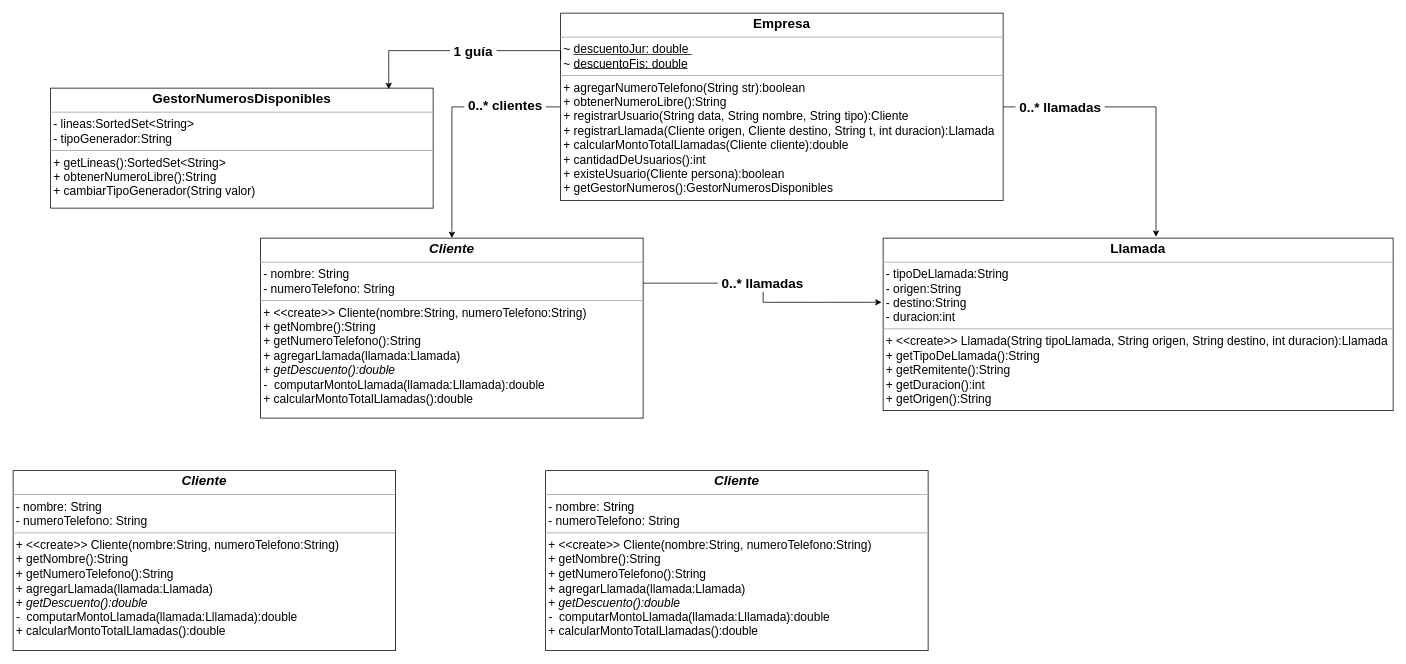
Before: uml-final.drawio in Fabian-Martinez-Rincon/Facturacion_de_llamadas, a draw.io diagram. Source tidied: cells renumbered, new cells numbered last; positions are measured from the earlier drawing's top-left corner, leaving out a move shared by most shapes. Both pictures are drawn from the tidied source at 75%, with x=0, y=0 at pixel (13, 13).
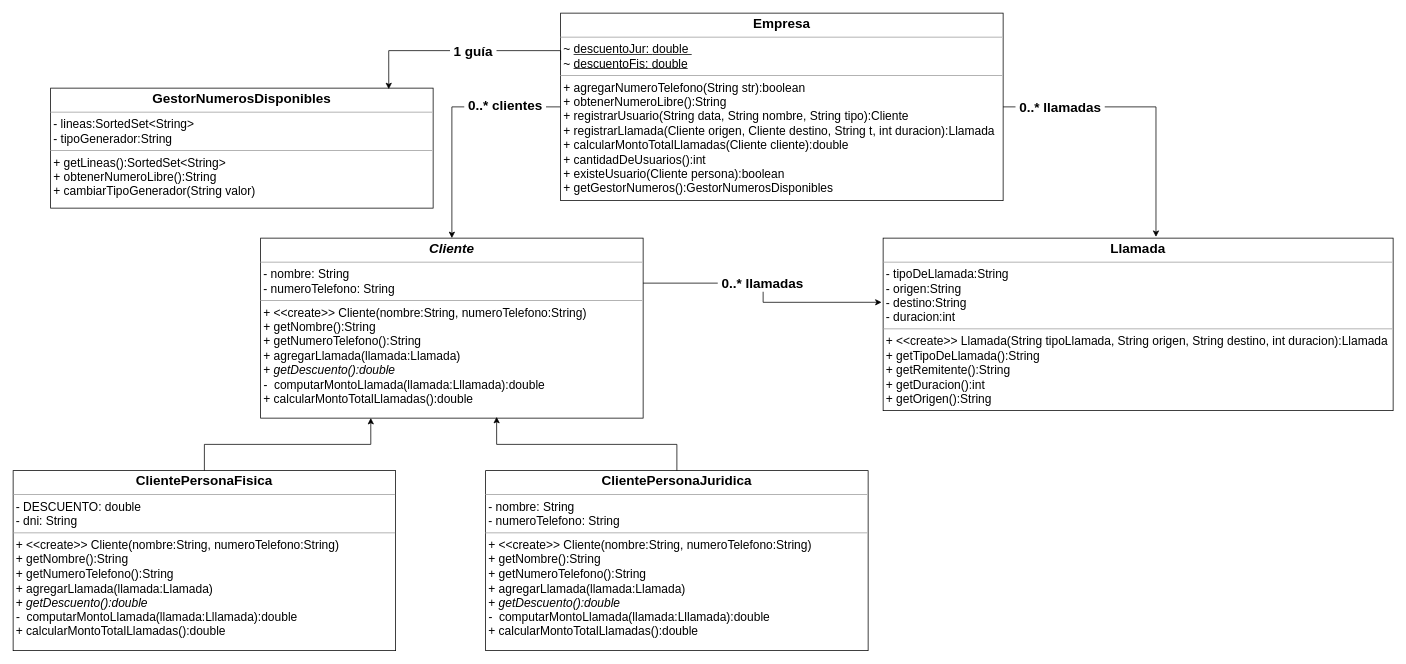
The same page after the edit.

The change refers to these unchanged cells:
```xml
<mxCell id="7" value="&lt;p style=&quot;margin:0px;margin-top:4px;text-align:center;&quot;&gt;&lt;font style=&quot;font-size: 18px;&quot;&gt;&lt;b&gt;&lt;i&gt;Cliente&lt;/i&gt;&lt;/b&gt;&lt;br&gt;&lt;/font&gt;&lt;/p&gt;&lt;hr size=&quot;1&quot;&gt;&lt;p style=&quot;margin:0px;margin-left:4px;&quot;&gt;&lt;span style=&quot;font-size: medium; background-color: initial;&quot;&gt;- nombre:&amp;nbsp;&lt;/span&gt;&lt;span style=&quot;font-size: medium; background-color: initial;&quot;&gt;String&lt;/span&gt;&lt;span style=&quot;font-size: medium; background-color: initial;&quot;&gt;&amp;nbsp;&lt;/span&gt;&lt;/p&gt;&lt;p style=&quot;margin:0px;margin-left:4px;&quot;&gt;&lt;font size=&quot;3&quot;&gt;&lt;span style=&quot;&quot;&gt;- numeroTelefono:&amp;nbsp;&lt;/span&gt;&lt;span style=&quot;background-color: initial;&quot;&gt;String&lt;/span&gt;&lt;span style=&quot;background-color: initial;&quot;&gt;&amp;nbsp;&lt;/span&gt;&lt;/font&gt;&lt;/p&gt;&lt;hr size=&quot;1&quot;&gt;&lt;p style=&quot;margin:0px;margin-left:4px;&quot;&gt;&lt;font size=&quot;3&quot;&gt;+ &amp;lt;&amp;lt;create&amp;gt;&amp;gt; Cliente(nombre:String, numeroTelefono:String)&lt;/font&gt;&lt;/p&gt;&lt;p style=&quot;margin:0px;margin-left:4px;&quot;&gt;&lt;span style=&quot;&quot;&gt;&lt;font size=&quot;3&quot;&gt;&#9;&lt;/font&gt;&lt;/span&gt;&lt;/p&gt;&lt;p style=&quot;margin:0px;margin-left:4px;&quot;&gt;&lt;font size=&quot;3&quot;&gt;+ getNombre():&lt;span style=&quot;background-color: initial;&quot;&gt;String&lt;/span&gt;&lt;span style=&quot;background-color: initial;&quot;&gt;&amp;nbsp;&lt;/span&gt;&lt;span style=&quot;background-color: initial;&quot;&gt;&amp;nbsp;&lt;/span&gt;&lt;/font&gt;&lt;/p&gt;&lt;p style=&quot;margin:0px;margin-left:4px;&quot;&gt;&lt;span style=&quot;&quot;&gt;&lt;font size=&quot;3&quot;&gt;&#9;&lt;/font&gt;&lt;/span&gt;&lt;/p&gt;&lt;p style=&quot;margin:0px;margin-left:4px;&quot;&gt;&lt;font size=&quot;3&quot;&gt;+ getNumeroTelefono():&lt;span style=&quot;background-color: initial;&quot;&gt;String&lt;/span&gt;&lt;span style=&quot;background-color: initial;&quot;&gt;&amp;nbsp;&lt;/span&gt;&lt;span style=&quot;background-color: initial;&quot;&gt;&amp;nbsp;&lt;/span&gt;&lt;/font&gt;&lt;/p&gt;&lt;p style=&quot;margin:0px;margin-left:4px;&quot;&gt;&lt;font size=&quot;3&quot;&gt;&lt;span style=&quot;background-color: initial;&quot;&gt;+ agregarLlamada(llamada:Llamada)&lt;/span&gt;&lt;/font&gt;&lt;/p&gt;&lt;p style=&quot;margin:0px;margin-left:4px;&quot;&gt;&lt;font size=&quot;3&quot;&gt;&lt;span style=&quot;background-color: initial;&quot;&gt;+ &lt;i&gt;getDescuento():double&lt;/i&gt;&lt;/span&gt;&lt;/font&gt;&lt;/p&gt;&lt;p style=&quot;margin:0px;margin-left:4px;&quot;&gt;&lt;font size=&quot;3&quot;&gt;&lt;i&gt;-&amp;nbsp; &lt;/i&gt;computarMontoLlamada(llamada:Lllamada):double&lt;/font&gt;&lt;/p&gt;&lt;p style=&quot;margin:0px;margin-left:4px;&quot;&gt;&lt;font size=&quot;3&quot;&gt;+ calcularMontoTotalLlamadas():double&lt;/font&gt;&lt;/p&gt;" style="verticalAlign=top;align=left;overflow=fill;fontSize=12;fontFamily=Helvetica;html=1;rounded=0;shadow=0;comic=0;labelBackgroundColor=none;strokeWidth=1;" parent="1" vertex="1">
  <mxGeometry x="330" y="300" width="510" height="240" as="geometry" />
</mxCell>
```

What changed in the source:
```diff
@@
-    <mxCell id="14" value="&lt;p style=&quot;margin:0px;margin-top:4px;text-align:center;&quot;&gt;&lt;font style=&quot;font-size: 18px;&quot;&gt;&lt;b&gt;&lt;i&gt;Cliente&lt;/i&gt;&lt;/b&gt;&lt;br&gt;&lt;/font&gt;&lt;/p&gt;&lt;hr size=&quot;1&quot;&gt;&lt;p style=&quot;margin:0px;margin-left:4px;&quot;&gt;&lt;span style=&quot;font-size: medium; background-color: initial;&quot;&gt;- nombre:&amp;nbsp;&lt;/span&gt;&lt;span style=&quot;font-size: medium; background-color: initial;&quot;&gt;String&lt;/span&gt;&lt;span style=&quot;font-size: medium; background-color: initial;&quot;&gt;&amp;nbsp;&lt;/span&gt;&lt;/p&gt;&lt;p style=&quot;margin:0px;margin-left:4px;&quot;&gt;&lt;font size=&quot;3&quot;&gt;&lt;span style=&quot;&quot;&gt;- numeroTelefono:&amp;nbsp;&lt;/span&gt;&lt;span style=&quot;background-color: initial;&quot;&gt;String&lt;/span&gt;&lt;span style=&quot;background-color: initial;&quot;&gt;&amp;nbsp;&lt;/span&gt;&lt;/font&gt;&lt;/p&gt;&lt;hr size=&quot;1&quot;&gt;&lt;p style=&quot;margin:0px;margin-left:4px;&quot;&gt;&lt;font size=&quot;3&quot;&gt;+ &amp;lt;&amp;lt;create&amp;gt;&amp;gt; Cliente(nombre:String, numeroTelefono:String)&lt;/font&gt;&lt;/p&gt;&lt;p style=&quot;margin:0px;margin-left:4px;&quot;&gt;&lt;span style=&quot;&quot;&gt;&lt;font size=&quot;3&quot;&gt;&#9;&lt;/font&gt;&lt;/span&gt;&lt;/p&gt;&lt;p style=&quot;margin:0px;margin-left:4px;&quot;&gt;&lt;font size=&quot;3&quot;&gt;+ getNombre():&lt;span style=&quot;background-color: initial;&quot;&gt;String&lt;/span&gt;&lt;span style=&quot;background-color: initial;&quot;&gt;&amp;nbsp;&lt;/span&gt;&lt;span style=&quot;background-color: initial;&quot;&gt;&amp;nbsp;&lt;/span&gt;&lt;/font&gt;&lt;/p&gt;&lt;p style=&quot;margin:0px;margin-left:4px;&quot;&gt;&lt;span style=&quot;&quot;&gt;&lt;font size=&quot;3&quot;&gt;&#9;&lt;/font&gt;&lt;/span&gt;&lt;/p&gt;&lt;p style=&quot;margin:0px;margin-left:4px;&quot;&gt;&lt;font size=&quot;3&quot;&gt;+ getNumeroTelefono():&lt;span style=&quot;background-color: initial;&quot;&gt;String&lt;/span&gt;&lt;span style=&quot;background-color: initial;&quot;&gt;&amp;nbsp;&lt;/span&gt;&lt;span style=&quot;background-color: initial;&quot;&gt;&amp;nbsp;&lt;/span&gt;&lt;/font&gt;&lt;/p&gt;&lt;p style=&quot;margin:0px;margin-left:4px;&quot;&gt;&lt;font size=&quot;3&quot;&gt;&lt;span style=&quot;background-color: initial;&quot;&gt;+ agregarLlamada(llamada:Llamada)&lt;/span&gt;&lt;/font&gt;&lt;/p&gt;&lt;p style=&quot;margin:0px;margin-left:4px;&quot;&gt;&lt;font size=&quot;3&quot;&gt;&lt;span style=&quot;background-color: initial;&quot;&gt;+ &lt;i&gt;getDescuento():double&lt;/i&gt;&lt;/span&gt;&lt;/font&gt;&lt;/p&gt;&lt;p style=&quot;margin:0px;margin-left:4px;&quot;&gt;&lt;font size=&quot;3&quot;&gt;&lt;i&gt;-&amp;nbsp; &lt;/i&gt;computarMontoLlamada(llamada:Lllamada):double&lt;/font&gt;&lt;/p&gt;&lt;p style=&quot;margin:0px;margin-left:4px;&quot;&gt;&lt;font size=&quot;3&quot;&gt;+ calcularMontoTotalLlamadas():double&lt;/font&gt;&lt;/p&gt;" style="verticalAlign=top;align=left;overflow=fill;fontSize=12;fontFamily=Helvetica;html=1;rounded=0;shadow=0;comic=0;labelBackgroundColor=none;strokeWidth=1;" parent="1" vertex="1">
+    <mxCell id="14" value="&lt;p style=&quot;margin:0px;margin-top:4px;text-align:center;&quot;&gt;&lt;font style=&quot;font-size: 18px;&quot;&gt;&lt;b&gt;ClientePersonaFisica&lt;/b&gt;&lt;br&gt;&lt;/font&gt;&lt;/p&gt;&lt;hr size=&quot;1&quot;&gt;&lt;p style=&quot;margin:0px;margin-left:4px;&quot;&gt;&lt;span style=&quot;font-size: medium; background-color: initial;&quot;&gt;- DESCUENTO: double&lt;/span&gt;&lt;/p&gt;&lt;p style=&quot;margin:0px;margin-left:4px;&quot;&gt;&lt;font size=&quot;3&quot;&gt;&lt;span style=&quot;&quot;&gt;- dni:&amp;nbsp;&lt;/span&gt;&lt;span style=&quot;background-color: initial;&quot;&gt;String&lt;/span&gt;&lt;span style=&quot;background-color: initial;&quot;&gt;&amp;nbsp;&lt;/span&gt;&lt;/font&gt;&lt;/p&gt;&lt;hr size=&quot;1&quot;&gt;&lt;p style=&quot;margin:0px;margin-left:4px;&quot;&gt;&lt;font size=&quot;3&quot;&gt;+ &amp;lt;&amp;lt;create&amp;gt;&amp;gt; Cliente(nombre:String, numeroTelefono:String)&lt;/font&gt;&lt;/p&gt;&lt;p style=&quot;margin:0px;margin-left:4px;&quot;&gt;&lt;span style=&quot;&quot;&gt;&lt;font size=&quot;3&quot;&gt;&#9;&lt;/font&gt;&lt;/span&gt;&lt;/p&gt;&lt;p style=&quot;margin:0px;margin-left:4px;&quot;&gt;&lt;font size=&quot;3&quot;&gt;+ getNombre():&lt;span style=&quot;background-color: initial;&quot;&gt;String&lt;/span&gt;&lt;span style=&quot;background-color: initial;&quot;&gt;&amp;nbsp;&lt;/span&gt;&lt;span style=&quot;background-color: initial;&quot;&gt;&amp;nbsp;&lt;/span&gt;&lt;/font&gt;&lt;/p&gt;&lt;p style=&quot;margin:0px;margin-left:4px;&quot;&gt;&lt;span style=&quot;&quot;&gt;&lt;font size=&quot;3&quot;&gt;&#9;&lt;/font&gt;&lt;/span&gt;&lt;/p&gt;&lt;p style=&quot;margin:0px;margin-left:4px;&quot;&gt;&lt;font size=&quot;3&quot;&gt;+ getNumeroTelefono():&lt;span style=&quot;background-color: initial;&quot;&gt;String&lt;/span&gt;&lt;span style=&quot;background-color: initial;&quot;&gt;&amp;nbsp;&lt;/span&gt;&lt;span style=&quot;background-color: initial;&quot;&gt;&amp;nbsp;&lt;/span&gt;&lt;/font&gt;&lt;/p&gt;&lt;p style=&quot;margin:0px;margin-left:4px;&quot;&gt;&lt;font size=&quot;3&quot;&gt;&lt;span style=&quot;background-color: initial;&quot;&gt;+ agregarLlamada(llamada:Llamada)&lt;/span&gt;&lt;/font&gt;&lt;/p&gt;&lt;p style=&quot;margin:0px;margin-left:4px;&quot;&gt;&lt;font size=&quot;3&quot;&gt;&lt;span style=&quot;background-color: initial;&quot;&gt;+ &lt;i&gt;getDescuento():double&lt;/i&gt;&lt;/span&gt;&lt;/font&gt;&lt;/p&gt;&lt;p style=&quot;margin:0px;margin-left:4px;&quot;&gt;&lt;font size=&quot;3&quot;&gt;&lt;i&gt;-&amp;nbsp; &lt;/i&gt;computarMontoLlamada(llamada:Lllamada):double&lt;/font&gt;&lt;/p&gt;&lt;p style=&quot;margin:0px;margin-left:4px;&quot;&gt;&lt;font size=&quot;3&quot;&gt;+ calcularMontoTotalLlamadas():double&lt;/font&gt;&lt;/p&gt;" style="verticalAlign=top;align=left;overflow=fill;fontSize=12;fontFamily=Helvetica;html=1;rounded=0;shadow=0;comic=0;labelBackgroundColor=none;strokeWidth=1;" parent="1" vertex="1">
       <mxGeometry y="610" width="510" height="240" as="geometry" />
     </mxCell>
-    <mxCell id="15" value="&lt;p style=&quot;margin:0px;margin-top:4px;text-align:center;&quot;&gt;&lt;font style=&quot;font-size: 18px;&quot;&gt;&lt;b&gt;&lt;i&gt;Cliente&lt;/i&gt;&lt;/b&gt;&lt;br&gt;&lt;/font&gt;&lt;/p&gt;&lt;hr size=&quot;1&quot;&gt;&lt;p style=&quot;margin:0px;margin-left:4px;&quot;&gt;&lt;span style=&quot;font-size: medium; background-color: initial;&quot;&gt;- nombre:&amp;nbsp;&lt;/span&gt;&lt;span style=&quot;font-size: medium; background-color: initial;&quot;&gt;String&lt;/span&gt;&lt;span style=&quot;font-size: medium; background-color: initial;&quot;&gt;&amp;nbsp;&lt;/span&gt;&lt;/p&gt;&lt;p style=&quot;margin:0px;margin-left:4px;&quot;&gt;&lt;font size=&quot;3&quot;&gt;&lt;span style=&quot;&quot;&gt;- numeroTelefono:&amp;nbsp;&lt;/span&gt;&lt;span style=&quot;background-color: initial;&quot;&gt;String&lt;/span&gt;&lt;span style=&quot;background-color: initial;&quot;&gt;&amp;nbsp;&lt;/span&gt;&lt;/font&gt;&lt;/p&gt;&lt;hr size=&quot;1&quot;&gt;&lt;p style=&quot;margin:0px;margin-left:4px;&quot;&gt;&lt;font size=&quot;3&quot;&gt;+ &amp;lt;&amp;lt;create&amp;gt;&amp;gt; Cliente(nombre:String, numeroTelefono:String)&lt;/font&gt;&lt;/p&gt;&lt;p style=&quot;margin:0px;margin-left:4px;&quot;&gt;&lt;span style=&quot;&quot;&gt;&lt;font size=&quot;3&quot;&gt;&#9;&lt;/font&gt;&lt;/span&gt;&lt;/p&gt;&lt;p style=&quot;margin:0px;margin-left:4px;&quot;&gt;&lt;font size=&quot;3&quot;&gt;+ getNombre():&lt;span style=&quot;background-color: initial;&quot;&gt;String&lt;/span&gt;&lt;span style=&quot;background-color: initial;&quot;&gt;&amp;nbsp;&lt;/span&gt;&lt;span style=&quot;background-color: initial;&quot;&gt;&amp;nbsp;&lt;/span&gt;&lt;/font&gt;&lt;/p&gt;&lt;p style=&quot;margin:0px;margin-left:4px;&quot;&gt;&lt;span style=&quot;&quot;&gt;&lt;font size=&quot;3&quot;&gt;&#9;&lt;/font&gt;&lt;/span&gt;&lt;/p&gt;&lt;p style=&quot;margin:0px;margin-left:4px;&quot;&gt;&lt;font size=&quot;3&quot;&gt;+ getNumeroTelefono():&lt;span style=&quot;background-color: initial;&quot;&gt;String&lt;/span&gt;&lt;span style=&quot;background-color: initial;&quot;&gt;&amp;nbsp;&lt;/span&gt;&lt;span style=&quot;background-color: initial;&quot;&gt;&amp;nbsp;&lt;/span&gt;&lt;/font&gt;&lt;/p&gt;&lt;p style=&quot;margin:0px;margin-left:4px;&quot;&gt;&lt;font size=&quot;3&quot;&gt;&lt;span style=&quot;background-color: initial;&quot;&gt;+ agregarLlamada(llamada:Llamada)&lt;/span&gt;&lt;/font&gt;&lt;/p&gt;&lt;p style=&quot;margin:0px;margin-left:4px;&quot;&gt;&lt;font size=&quot;3&quot;&gt;&lt;span style=&quot;background-color: initial;&quot;&gt;+ &lt;i&gt;getDescuento():double&lt;/i&gt;&lt;/span&gt;&lt;/font&gt;&lt;/p&gt;&lt;p style=&quot;margin:0px;margin-left:4px;&quot;&gt;&lt;font size=&quot;3&quot;&gt;&lt;i&gt;-&amp;nbsp; &lt;/i&gt;computarMontoLlamada(llamada:Lllamada):double&lt;/font&gt;&lt;/p&gt;&lt;p style=&quot;margin:0px;margin-left:4px;&quot;&gt;&lt;font size=&quot;3&quot;&gt;+ calcularMontoTotalLlamadas():double&lt;/font&gt;&lt;/p&gt;" style="verticalAlign=top;align=left;overflow=fill;fontSize=12;fontFamily=Helvetica;html=1;rounded=0;shadow=0;comic=0;labelBackgroundColor=none;strokeWidth=1;" parent="1" vertex="1">
-      <mxGeometry x="710" y="610" width="510" height="240" as="geometry" />
+    <mxCell id="15" value="&lt;p style=&quot;margin:0px;margin-top:4px;text-align:center;&quot;&gt;&lt;font style=&quot;font-size: 18px;&quot;&gt;&lt;b&gt;ClientePersonaJuridica&lt;/b&gt;&lt;br&gt;&lt;/font&gt;&lt;/p&gt;&lt;hr size=&quot;1&quot;&gt;&lt;p style=&quot;margin:0px;margin-left:4px;&quot;&gt;&lt;span style=&quot;font-size: medium; background-color: initial;&quot;&gt;- nombre:&amp;nbsp;&lt;/span&gt;&lt;span style=&quot;font-size: medium; background-color: initial;&quot;&gt;String&lt;/span&gt;&lt;span style=&quot;font-size: medium; background-color: initial;&quot;&gt;&amp;nbsp;&lt;/span&gt;&lt;/p&gt;&lt;p style=&quot;margin:0px;margin-left:4px;&quot;&gt;&lt;font size=&quot;3&quot;&gt;&lt;span style=&quot;&quot;&gt;- numeroTelefono:&amp;nbsp;&lt;/span&gt;&lt;span style=&quot;background-color: initial;&quot;&gt;String&lt;/span&gt;&lt;span style=&quot;background-color: initial;&quot;&gt;&amp;nbsp;&lt;/span&gt;&lt;/font&gt;&lt;/p&gt;&lt;hr size=&quot;1&quot;&gt;&lt;p style=&quot;margin:0px;margin-left:4px;&quot;&gt;&lt;font size=&quot;3&quot;&gt;+ &amp;lt;&amp;lt;create&amp;gt;&amp;gt; Cliente(nombre:String, numeroTelefono:String)&lt;/font&gt;&lt;/p&gt;&lt;p style=&quot;margin:0px;margin-left:4px;&quot;&gt;&lt;span style=&quot;&quot;&gt;&lt;font size=&quot;3&quot;&gt;&#9;&lt;/font&gt;&lt;/span&gt;&lt;/p&gt;&lt;p style=&quot;margin:0px;margin-left:4px;&quot;&gt;&lt;font size=&quot;3&quot;&gt;+ getNombre():&lt;span style=&quot;background-color: initial;&quot;&gt;String&lt;/span&gt;&lt;span style=&quot;background-color: initial;&quot;&gt;&amp;nbsp;&lt;/span&gt;&lt;span style=&quot;background-color: initial;&quot;&gt;&amp;nbsp;&lt;/span&gt;&lt;/font&gt;&lt;/p&gt;&lt;p style=&quot;margin:0px;margin-left:4px;&quot;&gt;&lt;span style=&quot;&quot;&gt;&lt;font size=&quot;3&quot;&gt;&#9;&lt;/font&gt;&lt;/span&gt;&lt;/p&gt;&lt;p style=&quot;margin:0px;margin-left:4px;&quot;&gt;&lt;font size=&quot;3&quot;&gt;+ getNumeroTelefono():&lt;span style=&quot;background-color: initial;&quot;&gt;String&lt;/span&gt;&lt;span style=&quot;background-color: initial;&quot;&gt;&amp;nbsp;&lt;/span&gt;&lt;span style=&quot;background-color: initial;&quot;&gt;&amp;nbsp;&lt;/span&gt;&lt;/font&gt;&lt;/p&gt;&lt;p style=&quot;margin:0px;margin-left:4px;&quot;&gt;&lt;font size=&quot;3&quot;&gt;&lt;span style=&quot;background-color: initial;&quot;&gt;+ agregarLlamada(llamada:Llamada)&lt;/span&gt;&lt;/font&gt;&lt;/p&gt;&lt;p style=&quot;margin:0px;margin-left:4px;&quot;&gt;&lt;font size=&quot;3&quot;&gt;&lt;span style=&quot;background-color: initial;&quot;&gt;+ &lt;i&gt;getDescuento():double&lt;/i&gt;&lt;/span&gt;&lt;/font&gt;&lt;/p&gt;&lt;p style=&quot;margin:0px;margin-left:4px;&quot;&gt;&lt;font size=&quot;3&quot;&gt;&lt;i&gt;-&amp;nbsp; &lt;/i&gt;computarMontoLlamada(llamada:Lllamada):double&lt;/font&gt;&lt;/p&gt;&lt;p style=&quot;margin:0px;margin-left:4px;&quot;&gt;&lt;font size=&quot;3&quot;&gt;+ calcularMontoTotalLlamadas():double&lt;/font&gt;&lt;/p&gt;" style="verticalAlign=top;align=left;overflow=fill;fontSize=12;fontFamily=Helvetica;html=1;rounded=0;shadow=0;comic=0;labelBackgroundColor=none;strokeWidth=1;" parent="1" vertex="1">
+      <mxGeometry x="630" y="610" width="510" height="240" as="geometry" />
     </mxCell>
+    <mxCell id="16" style="edgeStyle=orthogonalEdgeStyle;rounded=0;jettySize=auto;html=1;exitX=0.5;exitY=0;exitDx=0;exitDy=0;entryX=0.288;entryY=0.999;entryDx=0;entryDy=0;entryPerimeter=0;" parent="1" edge="1" source="14" target="7">
+      <mxGeometry relative="1" as="geometry" />
+    </mxCell>
+    <mxCell id="17" style="edgeStyle=orthogonalEdgeStyle;rounded=0;jettySize=auto;html=1;exitX=0.5;exitY=0;exitDx=0;exitDy=0;entryX=0.617;entryY=0.993;entryDx=0;entryDy=0;entryPerimeter=0;" parent="1" edge="1" source="15" target="7">
+      <mxGeometry relative="1" as="geometry" />
+    </mxCell>
```
